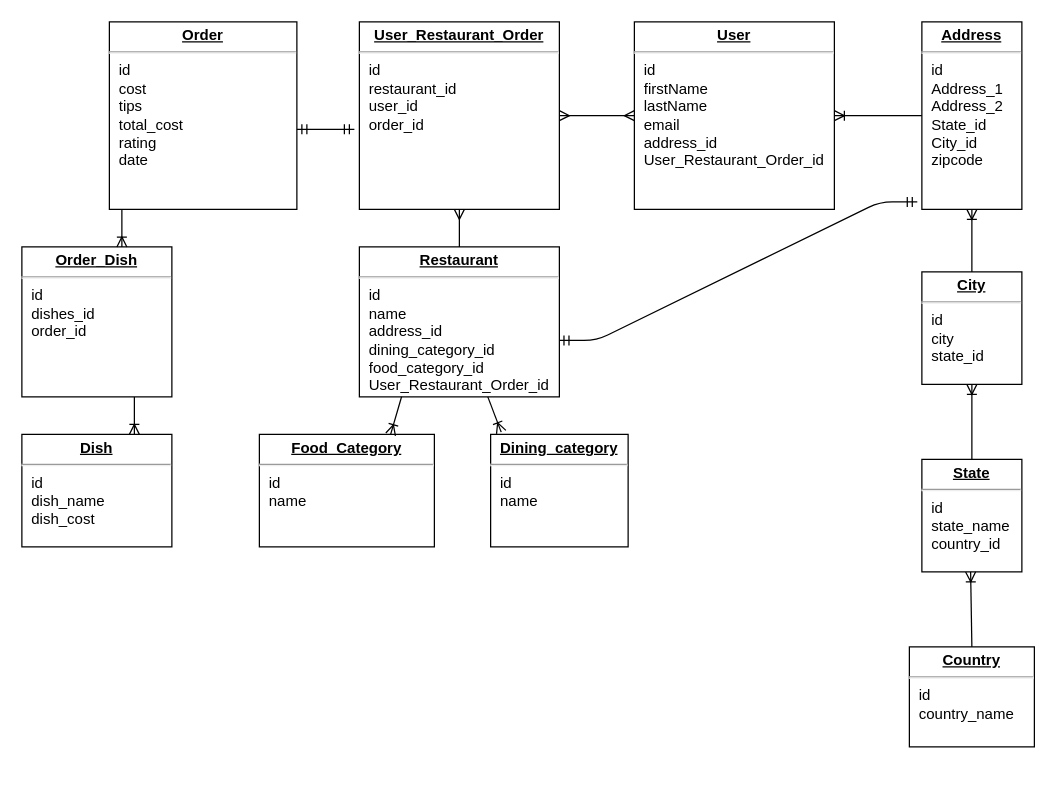
This is diagrams/food.drawio from kennyle37/natures-finder, a draw.io file, before an edit. Source tidied: cells renumbered, new cells numbered last; positions are measured from the earlier drawing's top-left corner, leaving out a move shared by most shapes. Both pictures are drawn from the tidied source at 125%, with x=0, y=0 at pixel (21, 21).
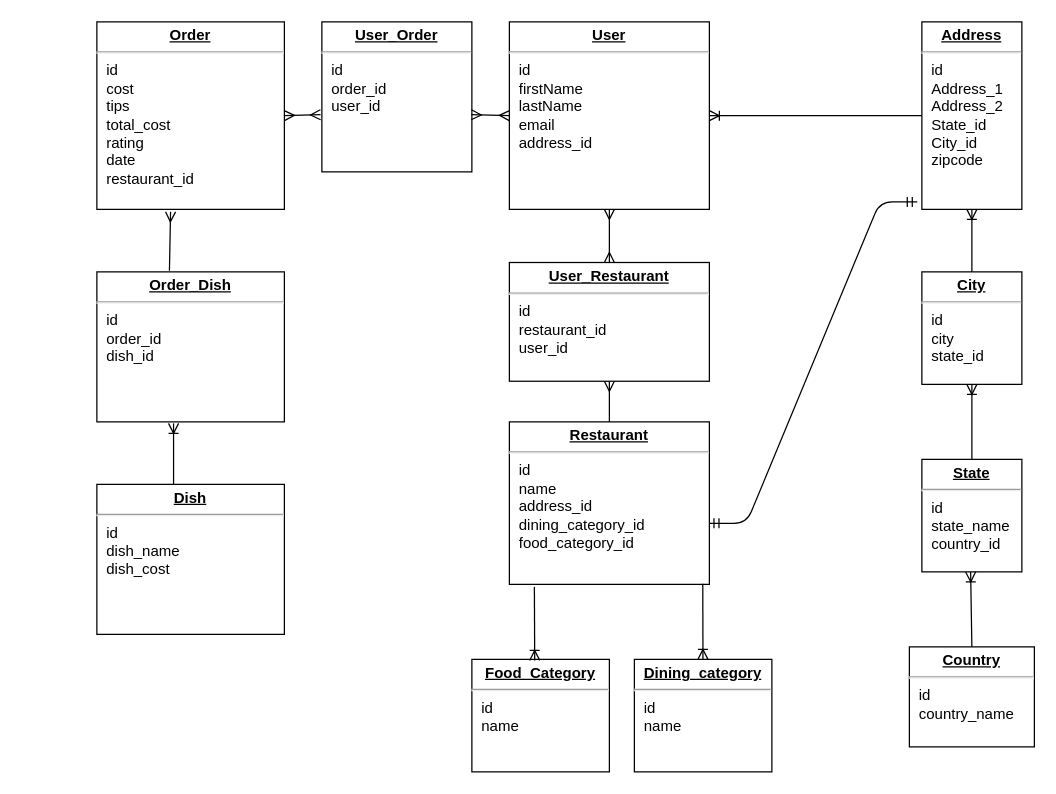
After the change.

Commit message (it also covers changes not shown here):
user_restaurant

Change to the diagram source:
```diff
@@
+    <mxCell id="22" style="fontSize=12;html=1;endArrow=ERmany;exitX=0.5;exitY=0;exitDx=0;exitDy=0;entryX=0.5;entryY=1;entryDx=0;entryDy=0;" parent="1" edge="1" source="2" target="13">
+      <mxGeometry relative="1" as="geometry" />
+    </mxCell>
-    <mxCell id="2" value="&lt;p style=&quot;margin: 0px ; margin-top: 4px ; text-align: center ; text-decoration: underline&quot;&gt;&lt;b&gt;Restaurant&lt;/b&gt;&lt;/p&gt;&lt;hr&gt;&lt;p style=&quot;margin: 0px ; margin-left: 8px&quot;&gt;id&lt;/p&gt;&lt;p style=&quot;margin: 0px ; margin-left: 8px&quot;&gt;name&lt;/p&gt;&lt;p style=&quot;margin: 0px ; margin-left: 8px&quot;&gt;address_id&lt;/p&gt;&lt;p style=&quot;margin: 0px ; margin-left: 8px&quot;&gt;dining_category_id&lt;/p&gt;&lt;p style=&quot;margin: 0px ; margin-left: 8px&quot;&gt;food_category_id&lt;/p&gt;&lt;p style=&quot;margin: 0px ; margin-left: 8px&quot;&gt;User_Restaurant_Order_id&lt;br&gt;&lt;/p&gt;" style="verticalAlign=top;align=left;overflow=fill;fontSize=12;fontFamily=Helvetica;html=1;" parent="1" vertex="1">
-      <mxGeometry x="270" y="180" width="160" height="120" as="geometry" />
+    <mxCell id="2" value="&lt;p style=&quot;margin: 0px ; margin-top: 4px ; text-align: center ; text-decoration: underline&quot;&gt;&lt;b&gt;Restaurant&lt;/b&gt;&lt;/p&gt;&lt;hr&gt;&lt;p style=&quot;margin: 0px ; margin-left: 8px&quot;&gt;id&lt;/p&gt;&lt;p style=&quot;margin: 0px ; margin-left: 8px&quot;&gt;name&lt;/p&gt;&lt;p style=&quot;margin: 0px ; margin-left: 8px&quot;&gt;address_id&lt;/p&gt;&lt;p style=&quot;margin: 0px ; margin-left: 8px&quot;&gt;dining_category_id&lt;/p&gt;&lt;p style=&quot;margin: 0px ; margin-left: 8px&quot;&gt;food_category_id&lt;/p&gt;&lt;p style=&quot;margin: 0px ; margin-left: 8px&quot;&gt;&lt;br&gt;&lt;/p&gt;" style="verticalAlign=top;align=left;overflow=fill;fontSize=12;fontFamily=Helvetica;html=1;" parent="1" vertex="1">
+      <mxGeometry x="390" y="320" width="160" height="130" as="geometry" />
     </mxCell>
-    <mxCell id="3" value="&lt;p style=&quot;margin: 0px ; margin-top: 4px ; text-align: center ; text-decoration: underline&quot;&gt;&lt;b&gt;Order&lt;/b&gt;&lt;/p&gt;&lt;hr&gt;&lt;p style=&quot;margin: 0px ; margin-left: 8px&quot;&gt;id&lt;/p&gt;&lt;p style=&quot;margin: 0px ; margin-left: 8px&quot;&gt;cost&lt;/p&gt;&lt;p style=&quot;margin: 0px ; margin-left: 8px&quot;&gt;tips&lt;/p&gt;&lt;p style=&quot;margin: 0px ; margin-left: 8px&quot;&gt;total_cost&lt;/p&gt;&lt;p style=&quot;margin: 0px ; margin-left: 8px&quot;&gt;&lt;span&gt;rating&lt;/span&gt;&lt;br&gt;&lt;/p&gt;&lt;p style=&quot;margin: 0px ; margin-left: 8px&quot;&gt;date&lt;/p&gt;&lt;p style=&quot;margin: 0px ; margin-left: 8px&quot;&gt;&lt;br&gt;&lt;/p&gt;" style="verticalAlign=top;align=left;overflow=fill;fontSize=12;fontFamily=Helvetica;html=1;" parent="1" vertex="1">
-      <mxGeometry x="70" width="150" height="150" as="geometry" />
+    <mxCell id="3" value="&lt;p style=&quot;margin: 0px ; margin-top: 4px ; text-align: center ; text-decoration: underline&quot;&gt;&lt;b&gt;Order&lt;/b&gt;&lt;/p&gt;&lt;hr&gt;&lt;p style=&quot;margin: 0px ; margin-left: 8px&quot;&gt;id&lt;/p&gt;&lt;p style=&quot;margin: 0px ; margin-left: 8px&quot;&gt;cost&lt;/p&gt;&lt;p style=&quot;margin: 0px ; margin-left: 8px&quot;&gt;tips&lt;/p&gt;&lt;p style=&quot;margin: 0px ; margin-left: 8px&quot;&gt;total_cost&lt;/p&gt;&lt;p style=&quot;margin: 0px ; margin-left: 8px&quot;&gt;&lt;span&gt;rating&lt;/span&gt;&lt;/p&gt;&lt;p style=&quot;margin: 0px ; margin-left: 8px&quot;&gt;date&lt;/p&gt;&lt;p style=&quot;margin: 0px ; margin-left: 8px&quot;&gt;restaurant_id&lt;/p&gt;&lt;p style=&quot;margin: 0px ; margin-left: 8px&quot;&gt;&lt;br&gt;&lt;/p&gt;" style="verticalAlign=top;align=left;overflow=fill;fontSize=12;fontFamily=Helvetica;html=1;" parent="1" vertex="1">
+      <mxGeometry x="60" width="150" height="150" as="geometry" />
     </mxCell>
-    <mxCell id="4" value="&lt;p style=&quot;margin: 0px ; margin-top: 4px ; text-align: center ; text-decoration: underline&quot;&gt;&lt;b&gt;User&lt;/b&gt;&lt;/p&gt;&lt;hr&gt;&lt;p style=&quot;margin: 0px ; margin-left: 8px&quot;&gt;id&lt;/p&gt;&lt;p style=&quot;margin: 0px ; margin-left: 8px&quot;&gt;firstName&lt;/p&gt;&lt;p style=&quot;margin: 0px ; margin-left: 8px&quot;&gt;lastName&lt;/p&gt;&lt;p style=&quot;margin: 0px ; margin-left: 8px&quot;&gt;email&lt;/p&gt;&lt;p style=&quot;margin: 0px ; margin-left: 8px&quot;&gt;address_id&lt;/p&gt;&lt;p style=&quot;margin: 0px ; margin-left: 8px&quot;&gt;User_Restaurant_Order_id&lt;br&gt;&lt;/p&gt;" style="verticalAlign=top;align=left;overflow=fill;fontSize=12;fontFamily=Helvetica;html=1;" parent="1" vertex="1">
-      <mxGeometry x="490" width="160" height="150" as="geometry" />
+    <mxCell id="4" value="&lt;p style=&quot;margin: 0px ; margin-top: 4px ; text-align: center ; text-decoration: underline&quot;&gt;&lt;b&gt;User&lt;/b&gt;&lt;/p&gt;&lt;hr&gt;&lt;p style=&quot;margin: 0px ; margin-left: 8px&quot;&gt;id&lt;/p&gt;&lt;p style=&quot;margin: 0px ; margin-left: 8px&quot;&gt;firstName&lt;/p&gt;&lt;p style=&quot;margin: 0px ; margin-left: 8px&quot;&gt;lastName&lt;/p&gt;&lt;p style=&quot;margin: 0px ; margin-left: 8px&quot;&gt;email&lt;/p&gt;&lt;p style=&quot;margin: 0px ; margin-left: 8px&quot;&gt;address_id&lt;/p&gt;&lt;p style=&quot;margin: 0px ; margin-left: 8px&quot;&gt;&lt;br&gt;&lt;/p&gt;" style="verticalAlign=top;align=left;overflow=fill;fontSize=12;fontFamily=Helvetica;html=1;" parent="1" vertex="1">
+      <mxGeometry x="390" width="160" height="150" as="geometry" />
     </mxCell>
@@
     <mxCell id="9" value="&lt;p style=&quot;margin: 0px ; margin-top: 4px ; text-align: center ; text-decoration: underline&quot;&gt;&lt;b&gt;Dining_category&lt;/b&gt;&lt;/p&gt;&lt;hr&gt;&lt;p style=&quot;margin: 0px ; margin-left: 8px&quot;&gt;id&lt;/p&gt;&lt;p style=&quot;margin: 0px ; margin-left: 8px&quot;&gt;name&lt;br&gt;&lt;/p&gt;&lt;div&gt;&lt;b&gt;&lt;br&gt;&lt;/b&gt;&lt;/div&gt;" style="verticalAlign=top;align=left;overflow=fill;fontSize=12;fontFamily=Helvetica;html=1;" parent="1" vertex="1">
-      <mxGeometry x="375" y="330" width="110" height="90" as="geometry" />
+      <mxGeometry x="490" y="510" width="110" height="90" as="geometry" />
     </mxCell>
@@
     <mxCell id="11" value="&lt;p style=&quot;margin: 0px ; margin-top: 4px ; text-align: center ; text-decoration: underline&quot;&gt;&lt;b&gt;Dish&lt;/b&gt;&lt;/p&gt;&lt;hr&gt;&lt;p style=&quot;margin: 0px ; margin-left: 8px&quot;&gt;id&lt;/p&gt;&lt;p style=&quot;margin: 0px ; margin-left: 8px&quot;&gt;dish_name&lt;/p&gt;&lt;p style=&quot;margin: 0px ; margin-left: 8px&quot;&gt;dish_cost&lt;/p&gt;&lt;p style=&quot;margin: 0px ; margin-left: 8px&quot;&gt;&lt;br&gt;&lt;/p&gt;" style="verticalAlign=top;align=left;overflow=fill;fontSize=12;fontFamily=Helvetica;html=1;" parent="1" vertex="1">
-      <mxGeometry y="330" width="120" height="90" as="geometry" />
+      <mxGeometry x="60" y="370" width="150" height="120" as="geometry" />
     </mxCell>
     <mxCell id="12" value="&lt;p style=&quot;margin: 0px ; margin-top: 4px ; text-align: center ; text-decoration: underline&quot;&gt;&lt;b&gt;Food_Category&lt;/b&gt;&lt;/p&gt;&lt;hr&gt;&lt;p style=&quot;margin: 0px ; margin-left: 8px&quot;&gt;id&lt;/p&gt;&lt;p style=&quot;margin: 0px ; margin-left: 8px&quot;&gt;name&lt;/p&gt;" style="verticalAlign=top;align=left;overflow=fill;fontSize=12;fontFamily=Helvetica;html=1;" parent="1" vertex="1">
-      <mxGeometry x="190" y="330" width="140" height="90" as="geometry" />
+      <mxGeometry x="360" y="510" width="110" height="90" as="geometry" />
     </mxCell>
-    <mxCell id="13" value="&lt;p style=&quot;margin: 0px ; margin-top: 4px ; text-align: center ; text-decoration: underline&quot;&gt;&lt;b&gt;User_Restaurant_Order&lt;/b&gt;&lt;/p&gt;&lt;hr&gt;&lt;p style=&quot;margin: 0px ; margin-left: 8px&quot;&gt;id&lt;/p&gt;&lt;p style=&quot;margin: 0px ; margin-left: 8px&quot;&gt;restaurant_id&lt;/p&gt;&lt;p style=&quot;margin: 0px ; margin-left: 8px&quot;&gt;user_id&lt;/p&gt;&lt;p style=&quot;margin: 0px ; margin-left: 8px&quot;&gt;order_id&lt;/p&gt;&lt;p style=&quot;margin: 0px ; margin-left: 8px&quot;&gt;&lt;br&gt;&lt;/p&gt;&lt;p style=&quot;margin: 0px ; margin-left: 8px&quot;&gt;&lt;br&gt;&lt;/p&gt;" style="verticalAlign=top;align=left;overflow=fill;fontSize=12;fontFamily=Helvetica;html=1;" parent="1" vertex="1">
-      <mxGeometry x="270" width="160" height="150" as="geometry" />
+    <mxCell id="13" value="&lt;p style=&quot;margin: 0px ; margin-top: 4px ; text-align: center ; text-decoration: underline&quot;&gt;&lt;b&gt;User_Restaurant&lt;/b&gt;&lt;/p&gt;&lt;hr&gt;&lt;p style=&quot;margin: 0px ; margin-left: 8px&quot;&gt;id&lt;/p&gt;&lt;p style=&quot;margin: 0px ; margin-left: 8px&quot;&gt;restaurant_id&lt;/p&gt;&lt;p style=&quot;margin: 0px ; margin-left: 8px&quot;&gt;user_id&lt;/p&gt;&lt;p style=&quot;margin: 0px ; margin-left: 8px&quot;&gt;&lt;br&gt;&lt;/p&gt;&lt;p style=&quot;margin: 0px ; margin-left: 8px&quot;&gt;&lt;br&gt;&lt;/p&gt;&lt;p style=&quot;margin: 0px ; margin-left: 8px&quot;&gt;&lt;br&gt;&lt;/p&gt;" style="verticalAlign=top;align=left;overflow=fill;fontSize=12;fontFamily=Helvetica;html=1;" parent="1" vertex="1">
+      <mxGeometry x="390" y="192.5" width="160" height="95" as="geometry" />
     </mxCell>
@@
-    <mxCell id="21" style="fontSize=12;html=1;endArrow=ERmany;startArrow=ERmany;exitX=1;exitY=0.5;exitDx=0;exitDy=0;entryX=0;entryY=0.5;entryDx=0;entryDy=0;" parent="1" edge="1" source="13" target="4">
+    <mxCell id="21" style="fontSize=12;html=1;endArrow=ERmany;startArrow=ERmany;exitX=0.5;exitY=0;exitDx=0;exitDy=0;entryX=0.5;entryY=1;entryDx=0;entryDy=0;" parent="1" edge="1" source="13" target="4">
       <mxGeometry relative="1" as="geometry" />
     </mxCell>
-    <mxCell id="22" style="fontSize=12;html=1;endArrow=ERmany;exitX=0.5;exitY=0;exitDx=0;exitDy=0;entryX=0.5;entryY=1;entryDx=0;entryDy=0;" parent="1" edge="1" source="2" target="13">
-      <mxGeometry relative="1" as="geometry" />
-    </mxCell>
-    <mxCell id="23" style="fontSize=12;html=1;endArrow=ERoneToMany;exitX=0.211;exitY=0.999;exitDx=0;exitDy=0;exitPerimeter=0;entryX=0.75;entryY=0;entryDx=0;entryDy=0;" parent="1" edge="1" source="2" target="12">
-      <mxGeometry relative="1" as="geometry" />
+    <mxCell id="23" style="fontSize=12;html=1;endArrow=ERoneToMany;entryX=0.457;entryY=0.009;entryDx=0;entryDy=0;entryPerimeter=0;" parent="1" edge="1" target="12">
+      <mxGeometry relative="1" as="geometry">
+        <mxPoint x="410" y="452" as="sourcePoint" />
+      </mxGeometry>
     </mxCell>
-    <mxCell id="24" style="fontSize=12;html=1;endArrow=ERoneToMany;entryX=0.077;entryY=-0.02;entryDx=0;entryDy=0;entryPerimeter=0;" parent="1" edge="1" source="2" target="9">
+    <mxCell id="24" style="fontSize=12;html=1;endArrow=ERoneToMany;exitX=0.967;exitY=0.996;exitDx=0;exitDy=0;exitPerimeter=0;" parent="1" edge="1" source="2" target="9">
       <mxGeometry relative="1" as="geometry" />
     </mxCell>
@@
-    <mxCell id="26" style="fontSize=12;html=1;endArrow=ERmandOne;startArrow=ERmandOne;entryX=-0.025;entryY=0.573;entryDx=0;entryDy=0;entryPerimeter=0;exitX=1;exitY=0.573;exitDx=0;exitDy=0;exitPerimeter=0;" parent="1" edge="1" source="3" target="13">
-      <mxGeometry relative="1" as="geometry" />
-    </mxCell>
-    <mxCell id="27" value="&lt;p style=&quot;margin: 0px ; margin-top: 4px ; text-align: center ; text-decoration: underline&quot;&gt;&lt;b&gt;Order_Dish&lt;/b&gt;&lt;/p&gt;&lt;hr&gt;&lt;p style=&quot;margin: 0px ; margin-left: 8px&quot;&gt;id&lt;/p&gt;&lt;p style=&quot;margin: 0px ; margin-left: 8px&quot;&gt;dishes_id&lt;/p&gt;&lt;p style=&quot;margin: 0px ; margin-left: 8px&quot;&gt;order_id&lt;/p&gt;" style="verticalAlign=top;align=left;overflow=fill;fontSize=12;fontFamily=Helvetica;html=1;" parent="1" vertex="1">
-      <mxGeometry y="180" width="120" height="120" as="geometry" />
+    <mxCell id="27" value="&lt;p style=&quot;margin: 0px ; margin-top: 4px ; text-align: center ; text-decoration: underline&quot;&gt;&lt;b&gt;User_Order&lt;/b&gt;&lt;/p&gt;&lt;hr&gt;&lt;p style=&quot;margin: 0px ; margin-left: 8px&quot;&gt;id&lt;/p&gt;&lt;p style=&quot;margin: 0px ; margin-left: 8px&quot;&gt;order_id&lt;/p&gt;&lt;p style=&quot;margin: 0px ; margin-left: 8px&quot;&gt;user_id&lt;/p&gt;" style="verticalAlign=top;align=left;overflow=fill;fontSize=12;fontFamily=Helvetica;html=1;" parent="1" vertex="1">
+      <mxGeometry x="240" width="120" height="120" as="geometry" />
     </mxCell>
-    <mxCell id="28" style="fontSize=12;html=1;endArrow=ERoneToMany;exitX=0.75;exitY=1;exitDx=0;exitDy=0;entryX=0.75;entryY=0;entryDx=0;entryDy=0;" parent="1" edge="1" source="27" target="11">
+    <mxCell id="28" style="fontSize=12;html=1;endArrow=ERoneToMany;entryX=0.409;entryY=1.01;entryDx=0;entryDy=0;entryPerimeter=0;exitX=0.409;exitY=0;exitDx=0;exitDy=0;exitPerimeter=0;" parent="1" edge="1" source="11" target="32">
       <mxGeometry relative="1" as="geometry" />
     </mxCell>
-    <mxCell id="29" style="fontSize=12;html=1;endArrow=ERoneToMany;exitX=0.75;exitY=1;exitDx=0;exitDy=0;entryX=0.75;entryY=0;entryDx=0;entryDy=0;" parent="1" edge="1">
-      <mxGeometry relative="1" as="geometry">
-        <mxPoint x="80" y="149.8" as="sourcePoint" />
-        <mxPoint x="80" y="180.1" as="targetPoint" />
-      </mxGeometry>
-    </mxCell>
+    <mxCell id="30" style="fontSize=12;html=1;endArrow=ERmany;startArrow=ERmany;exitX=0.996;exitY=0.619;exitDx=0;exitDy=0;entryX=0;entryY=0.5;entryDx=0;entryDy=0;exitPerimeter=0;" parent="1" edge="1" source="27" target="4">
+      <mxGeometry relative="1" as="geometry" />
+    </mxCell>
+    <mxCell id="31" style="fontSize=12;html=1;endArrow=ERmany;startArrow=ERmany;exitX=1;exitY=0.5;exitDx=0;exitDy=0;entryX=-0.009;entryY=0.619;entryDx=0;entryDy=0;entryPerimeter=0;" parent="1" edge="1" source="3" target="27">
+      <mxGeometry relative="1" as="geometry" />
+    </mxCell>
+    <mxCell id="32" value="&lt;p style=&quot;margin: 0px ; margin-top: 4px ; text-align: center ; text-decoration: underline&quot;&gt;&lt;b&gt;Order_Dish&lt;/b&gt;&lt;/p&gt;&lt;hr&gt;&lt;p style=&quot;margin: 0px ; margin-left: 8px&quot;&gt;id&lt;/p&gt;&lt;p style=&quot;margin: 0px ; margin-left: 8px&quot;&gt;order_id&lt;/p&gt;&lt;p style=&quot;margin: 0px ; margin-left: 8px&quot;&gt;dish_id&lt;/p&gt;" style="verticalAlign=top;align=left;overflow=fill;fontSize=12;fontFamily=Helvetica;html=1;" parent="1" vertex="1">
+      <mxGeometry x="60" y="200" width="150" height="120" as="geometry" />
+    </mxCell>
+    <mxCell id="33" style="fontSize=12;html=1;endArrow=ERmany;exitX=0.387;exitY=-0.008;exitDx=0;exitDy=0;exitPerimeter=0;entryX=0.393;entryY=1.013;entryDx=0;entryDy=0;entryPerimeter=0;" parent="1" edge="1" source="32" target="3">
+      <mxGeometry relative="1" as="geometry" />
+    </mxCell>
```
